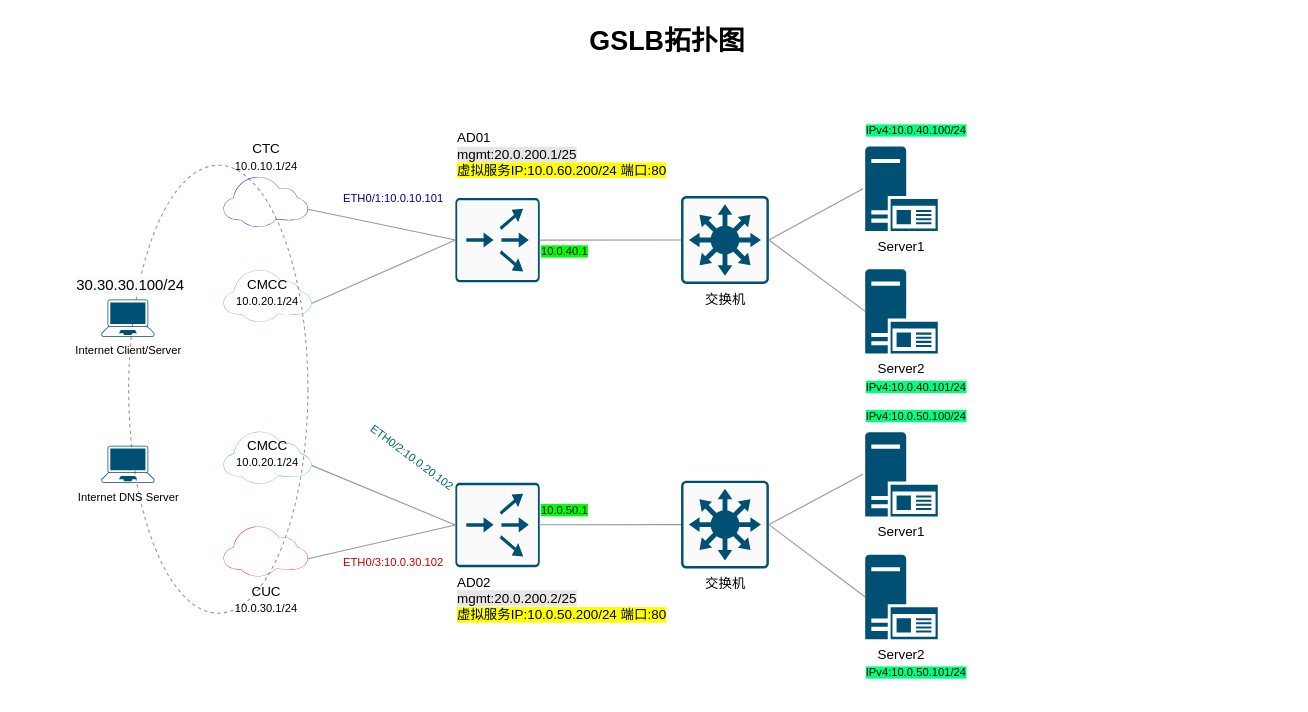
Above: page "全局负载均衡拓扑图" (6 of 6) of Untitled Diagram.drawio in ahhfltj/cloud (draw.io), before the change. Source tidied: cells renumbered, new cells numbered last; positions are measured from the earlier drawing's top-left corner, leaving out a move shared by most shapes. Both pictures are drawn from the tidied source at 112%, with x=0, y=0 at pixel (45, 19).
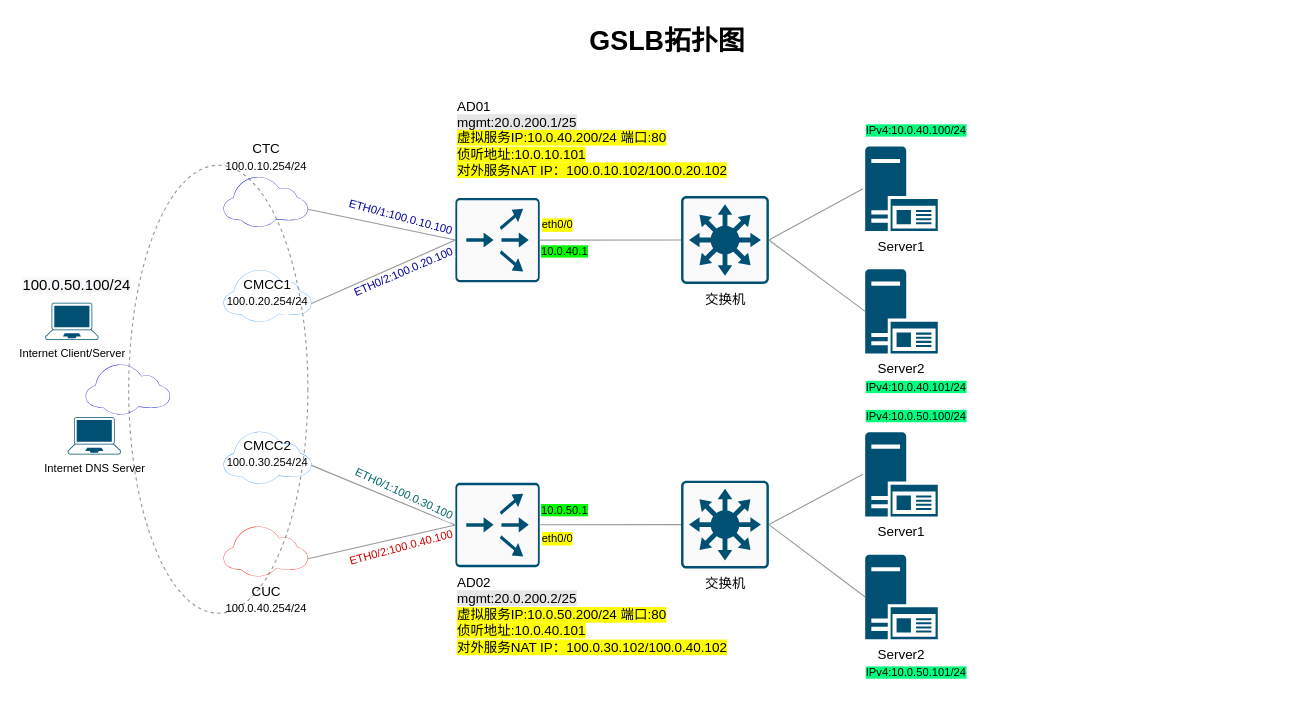
The same diagram, later.

Change to the diagram source:
```diff
@@
     <mxCell id="4" value="Internet Client/Server" style="verticalLabelPosition=bottom;html=1;verticalAlign=top;align=center;shape=mxgraph.cisco19.laptop;fillColor=#005073;strokeColor=none;labelBackgroundColor=none;sketch=0;fontSize=10;fontColor=#000000;" parent="1" vertex="1">
-      <mxGeometry x="50" y="250" width="47.4" height="33.2" as="geometry" />
+      <mxGeometry y="252.9" width="47.4" height="33.2" as="geometry" />
     </mxCell>
-    <mxCell id="5" value="&lt;span style=&quot;color: rgb(0 , 0 , 0) ; font-family: &amp;#34;helvetica&amp;#34; ; font-size: 13.333333015441895px ; font-style: normal ; font-weight: normal ; letter-spacing: normal ; text-align: left ; text-indent: 0px ; text-transform: none ; word-spacing: 0px ; background-color: rgb(248 , 249 , 250) ; text-decoration: none ; display: inline ; float: none&quot;&gt;30.30.30.100/24&lt;/span&gt;&lt;span style=&quot;color: rgb(0 , 0 , 0) ; font-family: &amp;#34;helvetica&amp;#34; ; font-size: 13.333333015441895px ; font-style: normal ; font-weight: normal ; letter-spacing: normal ; text-align: left ; text-indent: 0px ; text-transform: none ; word-spacing: 0px ; background-color: rgb(248 , 249 , 250) ; text-decoration: none ; display: inline ; float: none&quot;&gt;&lt;br&gt;&lt;/span&gt;" style="text;whiteSpace=wrap;html=1;fontSize=10;fontColor=#000000;" parent="1" vertex="1">
-      <mxGeometry x="25.5" y="222.9" width="96.3" height="30" as="geometry" />
+    <mxCell id="5" value="&lt;span style=&quot;color: rgb(0 , 0 , 0) ; font-family: &amp;#34;helvetica&amp;#34; ; font-size: 13.333333015441895px ; font-style: normal ; font-weight: normal ; letter-spacing: normal ; text-align: left ; text-indent: 0px ; text-transform: none ; word-spacing: 0px ; background-color: rgb(248 , 249 , 250) ; text-decoration: none ; display: inline ; float: none&quot;&gt;100.0.50.100/24&lt;/span&gt;&lt;span style=&quot;color: rgb(0 , 0 , 0) ; font-family: &amp;#34;helvetica&amp;#34; ; font-size: 13.333333015441895px ; font-style: normal ; font-weight: normal ; letter-spacing: normal ; text-align: left ; text-indent: 0px ; text-transform: none ; word-spacing: 0px ; background-color: rgb(248 , 249 , 250) ; text-decoration: none ; display: inline ; float: none&quot;&gt;&lt;br&gt;&lt;/span&gt;" style="text;whiteSpace=wrap;html=1;fontSize=10;fontColor=#000000;" parent="1" vertex="1">
+      <mxGeometry x="-22" y="222.9" width="96.3" height="30" as="geometry" />
     </mxCell>
     <mxCell id="6" value="Internet DNS Server" style="verticalLabelPosition=bottom;html=1;verticalAlign=top;align=center;shape=mxgraph.cisco19.laptop;fillColor=#005073;strokeColor=none;labelBackgroundColor=none;sketch=0;fontSize=10;fontColor=#000000;" parent="1" vertex="1">
-      <mxGeometry x="50" y="380.4" width="47.4" height="33.2" as="geometry" />
+      <mxGeometry x="20" y="355" width="47.4" height="33.2" as="geometry" />
     </mxCell>
-    <mxCell id="7" value="CTC&lt;br&gt;&lt;span style=&quot;font-size: 10px&quot;&gt;10.0.10.1/24&lt;/span&gt;&lt;br style=&quot;font-size: 10px&quot;&gt;" style="points=[[0,0.64,0],[0.2,0.15,0],[0.4,0.01,0],[0.79,0.25,0],[1,0.65,0],[0.8,0.86,0],[0.41,1,0],[0.16,0.86,0]];verticalLabelPosition=top;html=1;verticalAlign=bottom;align=center;shape=mxgraph.cisco19.cloud;strokeColor=none;fillColor=#0000CC;" parent="1" vertex="1">
+    <mxCell id="7" value="CTC&lt;br&gt;&lt;span style=&quot;font-size: 10px&quot;&gt;100.0.10.254/24&lt;/span&gt;" style="points=[[0,0.64,0],[0.2,0.15,0],[0.4,0.01,0],[0.79,0.25,0],[1,0.65,0],[0.8,0.86,0],[0.41,1,0],[0.16,0.86,0]];verticalLabelPosition=top;html=1;verticalAlign=bottom;align=center;shape=mxgraph.cisco19.cloud;strokeColor=none;fillColor=#0000CC;" parent="1" vertex="1">
       <mxGeometry x="159.1" y="140" width="75.3" height="45.2" as="geometry" />
     </mxCell>
-    <mxCell id="8" value="CUC&lt;br style=&quot;font-size: 10px&quot;&gt;&lt;span style=&quot;font-size: 10px&quot;&gt;10.0.30.1/24&lt;/span&gt;&lt;br style=&quot;font-size: 10px&quot;&gt;" style="points=[[0,0.64,0],[0.2,0.15,0],[0.4,0.01,0],[0.79,0.25,0],[1,0.65,0],[0.8,0.86,0],[0.41,1,0],[0.16,0.86,0]];verticalLabelPosition=bottom;html=1;verticalAlign=top;align=center;shape=mxgraph.cisco19.cloud;strokeColor=#FF0000;fillColor=#FF0000;" parent="1" vertex="1">
+    <mxCell id="8" value="CUC&lt;br style=&quot;font-size: 10px&quot;&gt;&lt;span style=&quot;font-size: 10px&quot;&gt;100.0.40.254/24&lt;/span&gt;" style="points=[[0,0.64,0],[0.2,0.15,0],[0.4,0.01,0],[0.79,0.25,0],[1,0.65,0],[0.8,0.86,0],[0.41,1,0],[0.16,0.86,0]];verticalLabelPosition=bottom;html=1;verticalAlign=top;align=center;shape=mxgraph.cisco19.cloud;strokeColor=#FF0000;fillColor=#FF0000;" parent="1" vertex="1">
       <mxGeometry x="159.1" y="452" width="75.3" height="45.2" as="geometry" />
     </mxCell>
-    <mxCell id="9" value="CMCC&lt;br style=&quot;font-size: 10px&quot;&gt;&lt;span style=&quot;font-size: 10px&quot;&gt;10.0.20.1/24&lt;/span&gt;&lt;br style=&quot;font-size: 10px&quot;&gt;" style="points=[[0,0.64,0],[0.2,0.15,0],[0.4,0.01,0],[0.79,0.25,0],[1,0.65,0],[0.8,0.86,0],[0.41,1,0],[0.16,0.86,0]];verticalLabelPosition=middle;html=1;verticalAlign=top;align=center;shape=mxgraph.cisco19.cloud;strokeColor=none;fillColor=#3399FF;" parent="1" vertex="1">
+    <mxCell id="9" value="CMCC1&lt;br style=&quot;font-size: 10px&quot;&gt;&lt;span style=&quot;font-size: 10px&quot;&gt;100.0.20.254/24&lt;/span&gt;" style="points=[[0,0.64,0],[0.2,0.15,0],[0.4,0.01,0],[0.79,0.25,0],[1,0.65,0],[0.8,0.86,0],[0.41,1,0],[0.16,0.86,0]];verticalLabelPosition=middle;html=1;verticalAlign=top;align=center;shape=mxgraph.cisco19.cloud;strokeColor=none;fillColor=#3399FF;" parent="1" vertex="1">
       <mxGeometry x="159.1" y="222.9" width="78.5" height="47.1" as="geometry" />
     </mxCell>
@@
-    <mxCell id="12" value="AD02&lt;br&gt;&lt;span style=&quot;background-color: rgb(230 , 230 , 230)&quot;&gt;mgmt:20.0.200.2/25&lt;/span&gt;&lt;br&gt;&lt;span style=&quot;background-color: rgb(255 , 255 , 0)&quot;&gt;虚拟服务IP:10.0.50.200/24 端口:80&lt;/span&gt;&lt;div&gt;&lt;/div&gt;&lt;div&gt;&lt;br&gt;&lt;/div&gt;" style="points=[[0.015,0.015,0],[0.985,0.015,0],[0.985,0.985,0],[0.015,0.985,0],[0.25,0,0],[0.5,0,0],[0.75,0,0],[1,0.25,0],[1,0.5,0],[1,0.75,0],[0.75,1,0],[0.5,1,0],[0.25,1,0],[0,0.75,0],[0,0.5,0],[0,0.25,0]];verticalLabelPosition=bottom;html=1;verticalAlign=top;align=left;shape=mxgraph.cisco19.rect;prIcon=content_router;fillColor=#FAFAFA;strokeColor=#005073;" parent="1" vertex="1">
+    <mxCell id="12" value="AD02&lt;br&gt;&lt;span style=&quot;background-color: rgb(230 , 230 , 230)&quot;&gt;mgmt:20.0.200.2/25&lt;/span&gt;&lt;br&gt;&lt;span style=&quot;background-color: rgb(255 , 255 , 0)&quot;&gt;虚拟服务IP:10.0.50.200/24 端口:80&lt;/span&gt;&lt;div&gt;&lt;/div&gt;&lt;div&gt;&lt;span style=&quot;background-color: rgb(255 , 255 , 0)&quot;&gt;侦听地址:10.0.40.101&lt;br&gt;&lt;/span&gt;&lt;div&gt;&lt;/div&gt;&lt;/div&gt;&lt;div&gt;&lt;span style=&quot;background-color: rgb(255 , 255 , 0)&quot;&gt;对外服务NAT IP：100.0.30.102/100.0.40.102&lt;/span&gt;&lt;/div&gt;" style="points=[[0.015,0.015,0],[0.985,0.015,0],[0.985,0.985,0],[0.015,0.985,0],[0.25,0,0],[0.5,0,0],[0.75,0,0],[1,0.25,0],[1,0.5,0],[1,0.75,0],[0.75,1,0],[0.5,1,0],[0.25,1,0],[0,0.75,0],[0,0.5,0],[0,0.25,0]];verticalLabelPosition=bottom;html=1;verticalAlign=top;align=left;shape=mxgraph.cisco19.rect;prIcon=content_router;fillColor=#FAFAFA;strokeColor=#005073;" parent="1" vertex="1">
       <mxGeometry x="366.1" y="413.6" width="75.3" height="75.3" as="geometry" />
     </mxCell>
@@
-    <mxCell id="20" value="&lt;span&gt;AD01&lt;/span&gt;&lt;br&gt;&lt;span style=&quot;background-color: rgb(230 , 230 , 230)&quot;&gt;mgmt:20.0.200.1/25&lt;/span&gt;&lt;br&gt;&lt;span style=&quot;background-color: rgb(255 , 255 , 0)&quot;&gt;虚拟服务IP:10.0.60.200/24 端口:80&lt;/span&gt;&lt;div&gt;&lt;/div&gt;&lt;div&gt;&lt;br&gt;&lt;/div&gt;" style="points=[[0.015,0.015,0],[0.985,0.015,0],[0.985,0.985,0],[0.015,0.985,0],[0.25,0,0],[0.5,0,0],[0.75,0,0],[1,0.25,0],[1,0.5,0],[1,0.75,0],[0.75,1,0],[0.5,1,0],[0.25,1,0],[0,0.75,0],[0,0.5,0],[0,0.25,0]];verticalLabelPosition=top;html=1;verticalAlign=bottom;align=left;shape=mxgraph.cisco19.rect;prIcon=content_router;fillColor=#FAFAFA;strokeColor=#005073;" parent="1" vertex="1">
+    <mxCell id="20" value="&lt;span&gt;AD01&lt;/span&gt;&lt;br&gt;&lt;span style=&quot;background-color: rgb(230 , 230 , 230)&quot;&gt;mgmt:20.0.200.1/25&lt;/span&gt;&lt;br&gt;&lt;span style=&quot;background-color: rgb(255 , 255 , 0)&quot;&gt;虚拟服务IP:10.0.40.200/24 端口:80&lt;br&gt;侦听地址:10.0.10.101&lt;br&gt;对外服务NAT IP：100.0.10.102/100.0.20.102&lt;br&gt;&lt;/span&gt;&lt;div&gt;&lt;/div&gt;&lt;div&gt;&lt;br&gt;&lt;/div&gt;" style="points=[[0.015,0.015,0],[0.985,0.015,0],[0.985,0.985,0],[0.015,0.985,0],[0.25,0,0],[0.5,0,0],[0.75,0,0],[1,0.25,0],[1,0.5,0],[1,0.75,0],[0.75,1,0],[0.5,1,0],[0.25,1,0],[0,0.75,0],[0,0.5,0],[0,0.25,0]];verticalLabelPosition=top;html=1;verticalAlign=bottom;align=left;shape=mxgraph.cisco19.rect;prIcon=content_router;fillColor=#FAFAFA;strokeColor=#005073;" parent="1" vertex="1">
       <mxGeometry x="366.1" y="159.2" width="75.3" height="75.3" as="geometry" />
     </mxCell>
@@
-    <mxCell id="23" value="ETH0/1:10.0.10.101" style="text;whiteSpace=wrap;html=1;fontSize=10;labelBackgroundColor=#FFFFFF;align=center;verticalAlign=middle;fontColor=#000099;" parent="1" vertex="1">
-      <mxGeometry x="272.6" y="140" width="75.8" height="37.9" as="geometry" />
+    <mxCell id="23" value="ETH0/1:100.0.10.100" style="text;whiteSpace=wrap;html=1;fontSize=10;labelBackgroundColor=#FFFFFF;align=center;verticalAlign=middle;fontColor=#000099;rotation=15;" parent="1" vertex="1">
+      <mxGeometry x="280" y="156.7" width="75.8" height="37.9" as="geometry" />
     </mxCell>
-    <mxCell id="24" value="&lt;font color=&quot;#006666&quot;&gt;ETH0/2:10.0.20.102&lt;/font&gt;" style="text;whiteSpace=wrap;html=1;fontSize=10;labelBackgroundColor=#FFFFFF;align=center;verticalAlign=middle;fontColor=#000099;rotation=37;direction=east;" parent="1" vertex="1">
-      <mxGeometry x="290.3" y="372" width="75.8" height="37.9" as="geometry" />
+    <mxCell id="24" value="&lt;font color=&quot;#006666&quot;&gt;ETH0/1:100.0.30.100&lt;/font&gt;" style="text;whiteSpace=wrap;html=1;fontSize=10;labelBackgroundColor=#FFFFFF;align=center;verticalAlign=middle;fontColor=#000099;rotation=25;direction=east;" parent="1" vertex="1">
+      <mxGeometry x="283" y="404" width="75.8" height="37.9" as="geometry" />
     </mxCell>
-    <mxCell id="25" value="&lt;font&gt;ETH0/3:10.0.30.102&lt;/font&gt;" style="text;whiteSpace=wrap;html=1;fontSize=10;labelBackgroundColor=#FFFFFF;align=center;verticalAlign=middle;rotation=0;direction=east;fontColor=#CC0000;" parent="1" vertex="1">
-      <mxGeometry x="272.6" y="465.2" width="75.8" height="37.9" as="geometry" />
+    <mxCell id="25" value="&lt;font&gt;ETH0/2:100.0.40.100&lt;/font&gt;" style="text;whiteSpace=wrap;html=1;fontSize=10;labelBackgroundColor=#FFFFFF;align=center;verticalAlign=middle;rotation=-15;direction=east;fontColor=#CC0000;" parent="1" vertex="1">
+      <mxGeometry x="280" y="452.2" width="75.8" height="37.9" as="geometry" />
     </mxCell>
@@
-    <mxCell id="34" value="CMCC&lt;br style=&quot;font-size: 10px&quot;&gt;&lt;span style=&quot;font-size: 10px&quot;&gt;10.0.20.1/24&lt;/span&gt;&lt;br style=&quot;font-size: 10px&quot;&gt;" style="points=[[0,0.64,0],[0.2,0.15,0],[0.4,0.01,0],[0.79,0.25,0],[1,0.65,0],[0.8,0.86,0],[0.41,1,0],[0.16,0.86,0]];verticalLabelPosition=middle;html=1;verticalAlign=top;align=center;shape=mxgraph.cisco19.cloud;strokeColor=none;fillColor=#3399FF;" parent="1" vertex="1">
+    <mxCell id="34" value="CMCC2&lt;br style=&quot;font-size: 10px&quot;&gt;&lt;span style=&quot;font-size: 10px&quot;&gt;100.0.30.254/24&lt;/span&gt;" style="points=[[0,0.64,0],[0.2,0.15,0],[0.4,0.01,0],[0.79,0.25,0],[1,0.65,0],[0.8,0.86,0],[0.41,1,0],[0.16,0.86,0]];verticalLabelPosition=middle;html=1;verticalAlign=top;align=center;shape=mxgraph.cisco19.cloud;strokeColor=none;fillColor=#3399FF;" parent="1" vertex="1">
       <mxGeometry x="159.1" y="367.4" width="78.5" height="47.1" as="geometry" />
     </mxCell>
@@
+    <mxCell id="38" value="&lt;div style=&quot;font-size: 10px&quot;&gt;eth0/0&lt;/div&gt;" style="text;whiteSpace=wrap;html=1;horizontal=0;align=center;verticalAlign=middle;labelBackgroundColor=#FFFF00;fontSize=10;rotation=90;" parent="1" vertex="1">
+      <mxGeometry x="450" y="171.9" width="15.2" height="22.7" as="geometry" />
+    </mxCell>
+    <mxCell id="39" value="&lt;div style=&quot;font-size: 10px&quot;&gt;eth0/0&lt;/div&gt;" style="text;whiteSpace=wrap;html=1;horizontal=0;align=center;verticalAlign=middle;labelBackgroundColor=#FFFF00;fontSize=10;rotation=90;" parent="1" vertex="1">
+      <mxGeometry x="450" y="452" width="15.2" height="22.7" as="geometry" />
+    </mxCell>
+    <mxCell id="40" value="ETH0/2:100.0.20.100" style="text;whiteSpace=wrap;html=1;fontSize=10;labelBackgroundColor=#FFFFFF;align=center;verticalAlign=middle;fontColor=#000099;rotation=-23.299999999999997;" parent="1" vertex="1">
+      <mxGeometry x="282" y="206.1" width="75.8" height="37.9" as="geometry" />
+    </mxCell>
+    <mxCell id="41" style="verticalLabelPosition=top;html=1;verticalAlign=bottom;align=center;shape=mxgraph.cisco19.cloud;strokeColor=none;fillColor=#0000CC;" parent="1" vertex="1">
+      <mxGeometry x="36" y="307.4" width="75.3" height="45.2" as="geometry" />
+    </mxCell>
```
